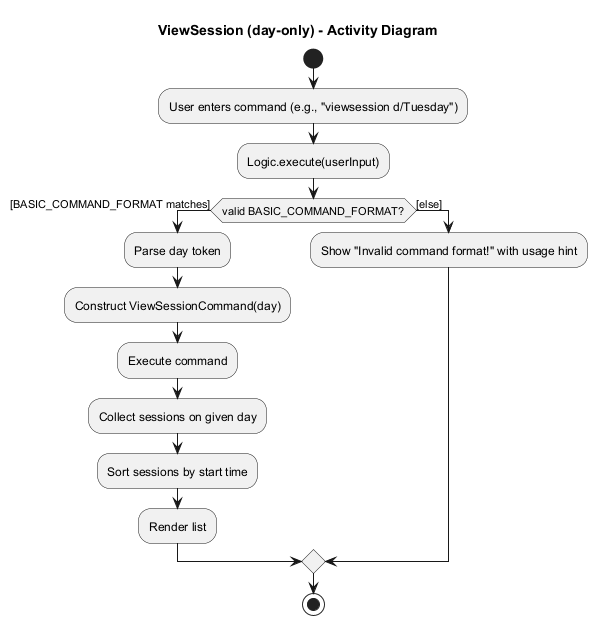
tgonet/tp keeps this PlantUML diagram as docs/images/ViewSessionActivityDiagram.png. Above is the earlier version.
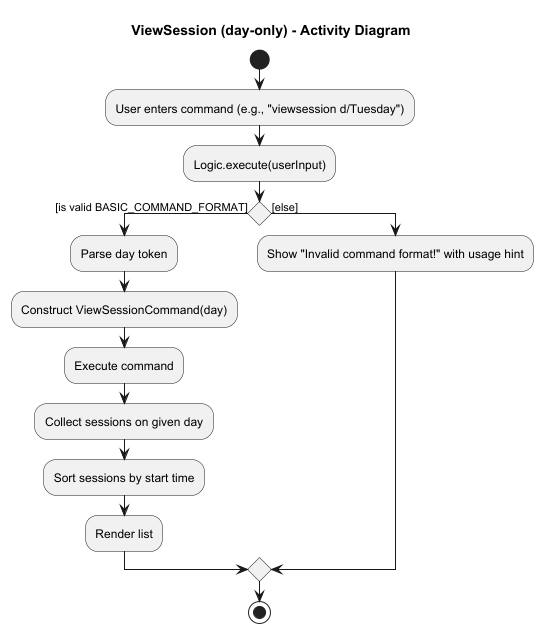
Later version of the same file.

Diff of the diagram source:
```diff
@@ -5,7 +5,7 @@
 :User enters command (e.g., "viewsession d/Tuesday");
 :Logic.execute(userInput);
 
-if (valid BASIC_COMMAND_FORMAT?) then ([BASIC_COMMAND_FORMAT matches])
+if () then ([is valid BASIC_COMMAND_FORMAT])
   :Parse day token;
   :Construct ViewSessionCommand(day);
   :Execute command;
```
